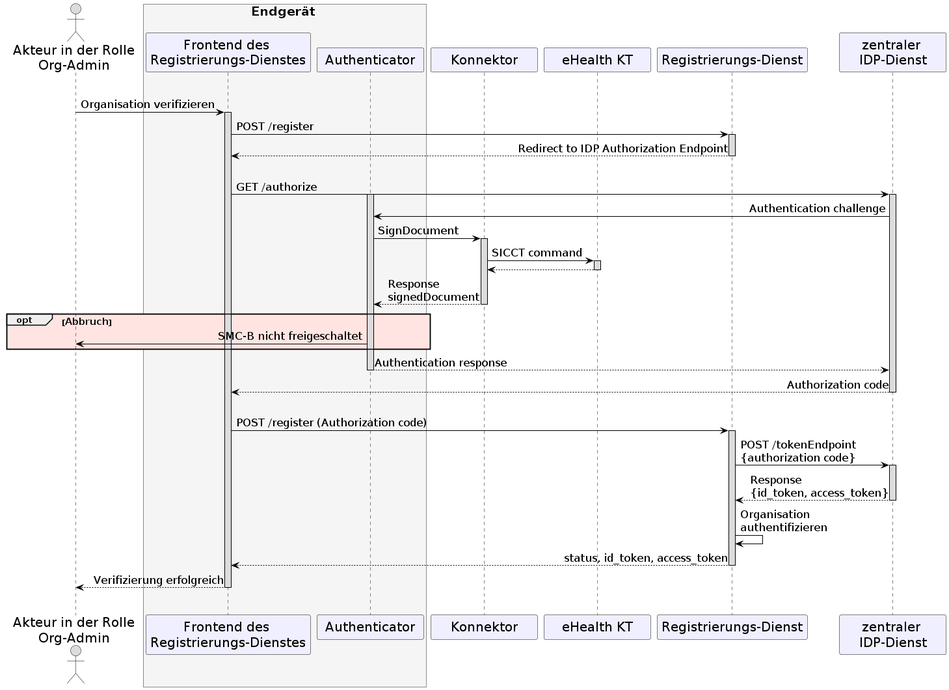
This is images/diagrams/TI-Messenger-Dienst/Ressourcen/UC_10103_Seq.png from gematik/api-ti-messenger, a PlantUML export, as it was before one commit.
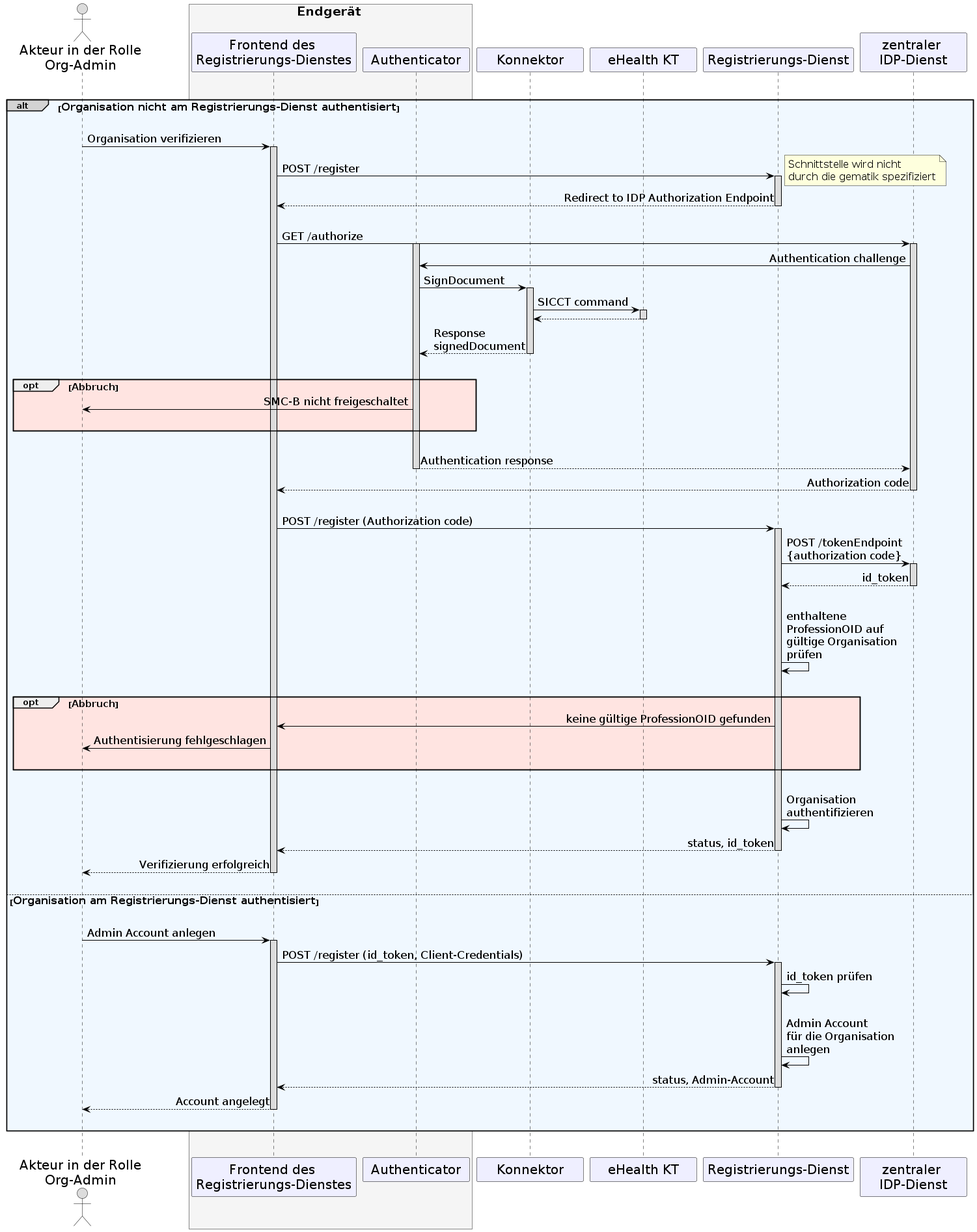
After the commit.

What changed in the source:
```diff
@@ -36,46 +36,79 @@
   participant rd as "Registrierungs-Dienst"
   participant ip as "zentraler \nIDP-Dienst"
 
-  |||
-  oa -> wb: Organisation verifizieren
-    activate wb
-  wb -> rd:POST /register
-    activate rd
-  rd --> wb: Redirect to IDP Authorization Endpoint
-    deactivate rd
-  |||
-  wb -> ip: GET /authorize
-    activate au
-    activate ip
-  ip -> au: Authentication challenge
-  au -> ko: SignDocument
-    activate ko
-  ko -> kt: SICCT command
-    activate kt
-  kt --> ko
-    deactivate kt
-  ko --> au: Response \nsignedDocument
-    deactivate ko
+|||
+alt#LightGrey #AliceBlue <size:16>Organisation nicht am Registrierungs-Dienst authentisiert</size>
+|||
+      oa -> wb: Organisation verifizieren
+        activate wb
+      wb -> rd:POST /register
+      note right: <size:16>Schnittstelle wird nicht \n<size:16>durch die gematik spezifiziert</size>
+        activate rd
+      rd --> wb: Redirect to IDP Authorization Endpoint
+        deactivate rd
+      |||
+      wb -> ip: GET /authorize
+        activate au
+        activate ip
+      ip -> au: Authentication challenge
+      au -> ko: SignDocument
+        activate ko
+      ko -> kt: SICCT command
+        activate kt
+      kt --> ko
+        deactivate kt
+      ko --> au: Response \nsignedDocument
+      |||
+        deactivate ko
 
-opt #MistyRose <size:15>Abbruch</size>
-  au -> oa: SMC-B nicht freigeschaltet
+    opt #MistyRose <size:15>Abbruch</size>
+      au -> oa: SMC-B nicht freigeschaltet
+      |||
+    end
+      |||
+      au -->ip: Authentication response
+        deactivate au
+      ip --> wb: Authorization code
+        deactivate ip
+      |||
+      wb -> rd: POST /register (Authorization code)
+        activate rd
+      rd -> ip: POST /tokenEndpoint\n{authorization code}
+        activate ip
+      ip --> rd: id_token
+        deactivate ip
+      |||
+      rd -> rd: enthaltene \nProfessionOID auf \ngültige Organisation \nprüfen
+      |||
+
+    opt #MistyRose <size:15>Abbruch</size>
+      rd -> wb: keine gültige ProfessionOID gefunden
+      wb -> oa: Authentisierung fehlgeschlagen
+      |||
+    end
+
+      |||
+      rd-> rd: Organisation \nauthentifizieren
+      rd --> wb: status, id_token
+        deactivate rd
+      wb --> oa: Verifizierung erfolgreich
+        deactivate wb
+      |||
+
+      else <size:16>Organisation am Registrierungs-Dienst authentisiert</size>
+        |||
+        oa -> wb: Admin Account anlegen
+          activate wb
+        wb -> rd: POST /register (id_token, Client-Credentials)
+          activate rd
+        rd -> rd: id_token prüfen
+        |||
+        rd -> rd: Admin Account \nfür die Organisation \nanlegen
+        rd --> wb: status, Admin-Account
+          deactivate rd
+        wb --> oa: Account angelegt
+          deactivate wb
+        |||
 end
-
-  au -->ip: Authentication response
-    deactivate au
-  ip --> wb: Authorization code
-    deactivate ip
-  |||
-  wb -> rd: POST /register (Authorization code)
-    activate rd
-  rd -> ip: POST /tokenEndpoint\n{authorization code}
-    activate ip
-  ip --> rd: Response\n{id_token, access_token}
-    deactivate ip
-  rd -> rd: Organisation \nauthentifizieren
-  rd --> wb: status, id_token, access_token
-    deactivate rd
-  wb --> oa: Verifizierung erfolgreich
-    deactivate wb
-  |||
+|||
 @enduml
```
